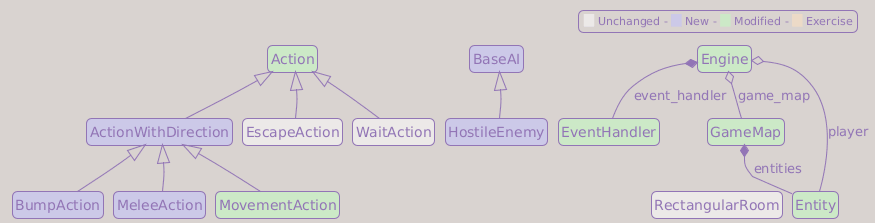
This is v3/images/classes/part5_classes.png from Darky-Lucera/roguelike-tutorial-python-tcod, a PlantUML export, as it was before one commit. Its source is kept beside it as uml/part5_classes.puml. Source of this version:
```plantuml
@startuml classes

!theme mimeograph

top to bottom direction

hide members

hide circle

skinparam roundcorner 10
skinparam classBackgroundColor #ece9e8

skinparam noteFontSize 10
skinparam noteBorderThickness 1
skinparam noteMargin 2
skinparam notePadding 2

skinparam nodesep 10
skinparam ranksep 30

set namespaceSeparator none

class "Action" as game.actions.Action #cce9c7 {
  {abstract}perform(engine: Engine, entity: Entity) -> None
}

class "ActionWithDirection" as game.actions.ActionWithDirection #ccc9e8 {
  dx : int
  dy : int
}

class "BaseAI" as game.components.ai.BaseAI #ccc9e8 {
  {abstract}perform(engine: Engine, entity: Entity) -> None
}

class "BumpAction" as game.actions.BumpAction #ccc9e8 {
  perform(engine: Engine, entity: Entity) -> None
}

class "Engine" as game.engine.Engine #cce9c7 {
  event_handler
  fading_memory : bool
  game_map
  memory : int
  player
  handle_enemy_turns() -> None
  handle_events(events: Iterable[Any]) -> None
  render(console: Console, context: Context) -> None
  run(context: Context, console: Console) -> None
  update_fov(radius: int) -> None
}

class "Entity" as game.entity.Entity #cce9c7 {
  ai : BaseAI | None
  blocks_movement : bool
  char : str
  color : tuple[int, int, int]
  name : str
  stays_visible : bool
  x : int
  y : int
  move(dx: int, dy: int) -> None
  set_position(x: int, y: int) -> None
  spawn(game_map: GameMap, x: int, y: int) -> Entity
}

class "EscapeAction" as game.actions.EscapeAction {
  perform(engine: Engine, entity: Entity) -> None
}

class "EventHandler" as game.input_handlers.EventHandler #cce9c7 {
  dispatch(event: tcod.event.Event) -> Action | None
  event_keydown(event: tcod.event.KeyDown) -> Action | None
  event_quit(event: tcod.event.Quit) -> Action | None
}

class "GameMap" as game.map.game_map.GameMap #cce9c7 {
  entities : set[Entity]
  explored : ndarray
  height : int
  memory : ndarray
  tiles : ndarray
  visible : ndarray
  width : int
  get_blocking_entity_at(x: int, y: int) -> Entity | None
  in_bounds(x: int, y: int) -> bool
  render(console: Console) -> None
}

class "HostileEnemy" as game.components.ai.HostileEnemy #ccc9e8 {
  perform(engine: Engine, entity: Entity) -> None
}

class "MeleeAction" as game.actions.MeleeAction #ccc9e8 {
  perform(engine: Engine, entity: Entity) -> None
}

class "MovementAction" as game.actions.MovementAction #cce9c7 {
  perform(engine: Engine, entity: Entity) -> None
}

class "RectangularRoom" as game.map.map_generator.RectangularRoom {
  center : tuple[int, int]
  inner : tuple[slice, slice]
  x1 : int
  x2
  y1 : int
  y2
  intersects(other: RectangularRoom) -> bool
}

class "WaitAction" as game.actions.WaitAction {
  {abstract}perform(engine: Engine, entity: Entity) -> None
}


game.actions.ActionWithDirection --|> game.actions.Action
game.actions.BumpAction --|> game.actions.ActionWithDirection
game.actions.EscapeAction --|> game.actions.Action
game.actions.MeleeAction --|> game.actions.ActionWithDirection
game.actions.MovementAction --|> game.actions.ActionWithDirection
game.actions.WaitAction --|> game.actions.Action
game.components.ai.HostileEnemy --|> game.components.ai.BaseAI
game.entity.Entity --* game.map.game_map.GameMap : entities
game.input_handlers.EventHandler --* game.engine.Engine : event_handler
game.entity.Entity --o game.engine.Engine : player
game.map.game_map.GameMap --o game.engine.Engine : game_map


game.actions.Action -[hidden]down- game.actions.ActionWithDirection
game.actions.Action -[hidden]down- game.actions.WaitAction
game.actions.Action -[hidden]down- game.actions.EscapeAction

game.actions.ActionWithDirection -[hidden]down- game.actions.BumpAction
game.actions.ActionWithDirection -[hidden]down- game.actions.MeleeAction
game.actions.ActionWithDirection -[hidden]down- game.actions.MovementAction

game.components.ai.BaseAI -[hidden]down- game.components.ai.HostileEnemy

game.engine.Engine -[hidden]down-  game.input_handlers.EventHandler
game.engine.Engine -[hidden]down-  game.map.game_map.GameMap

game.map.game_map.GameMap -[hidden]down- game.entity.Entity

game.map.game_map.GameMap -[hidden]down- game.map.map_generator.RectangularRoom

legend top right
<size:11><back:#ece9e8>   </back> Unchanged - <back:#ccc9e8>   </back> New - <back:#cce9c7>   </back> Modified - <back:#ecdac7>   </back> Exercise</size>
endlegend

@enduml
```
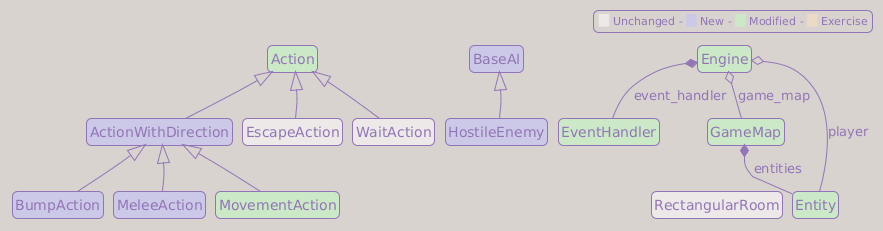
The same file after the commit.

What changed in the source:
```diff
@@ -31,6 +31,7 @@
 }
 
 class "BaseAI" as game.components.ai.BaseAI #ccc9e8 {
+  get_path_to(engine: Engine, entity: Entity, dest_x: int, dest_y: int) -> list[tuple[int, int]]
   {abstract}perform(engine: Engine, entity: Entity) -> None
 }
 
```
